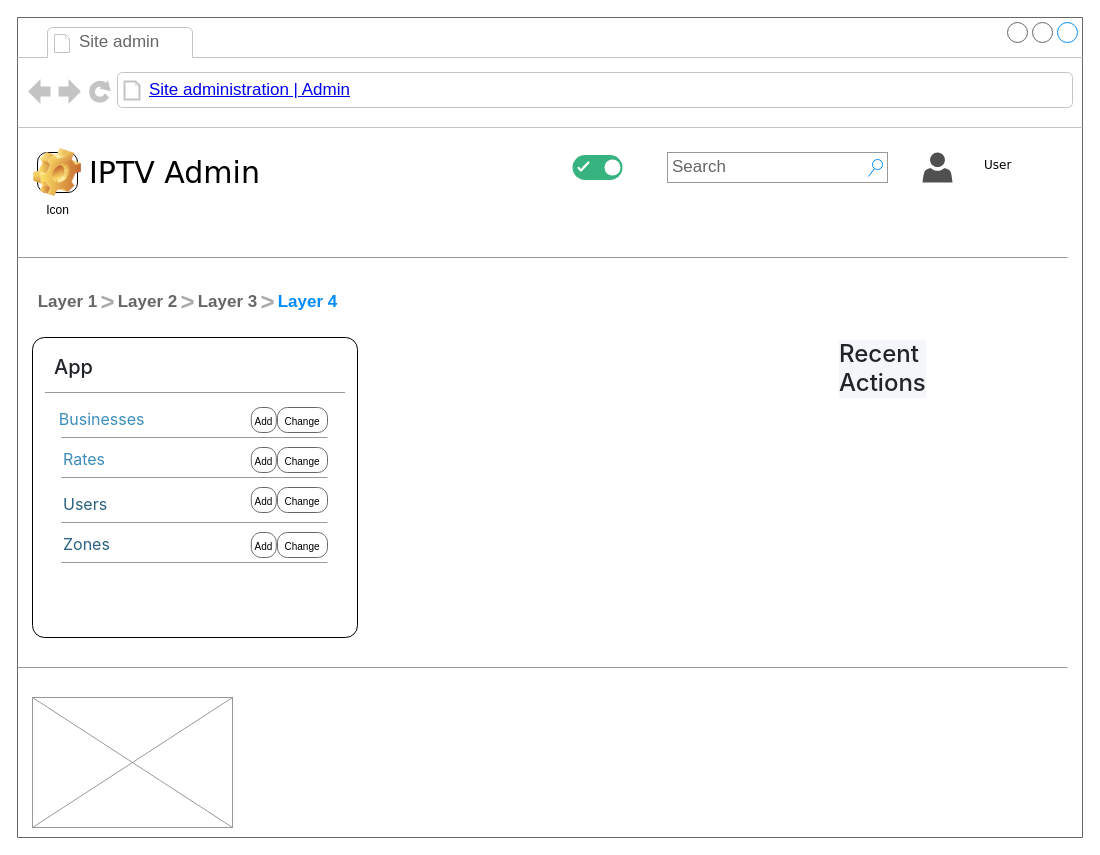
This is CMS_cải_tiến.drawio from AnPhamSF/CMSIPTV_Idea, a draw.io file, before an edit. Source tidied: cells renumbered, new cells numbered last; positions are measured from the earlier drawing's top-left corner, leaving out a move shared by most shapes. Both pictures are drawn from the tidied source at 100%, with x=0, y=0 at pixel (17, 17).
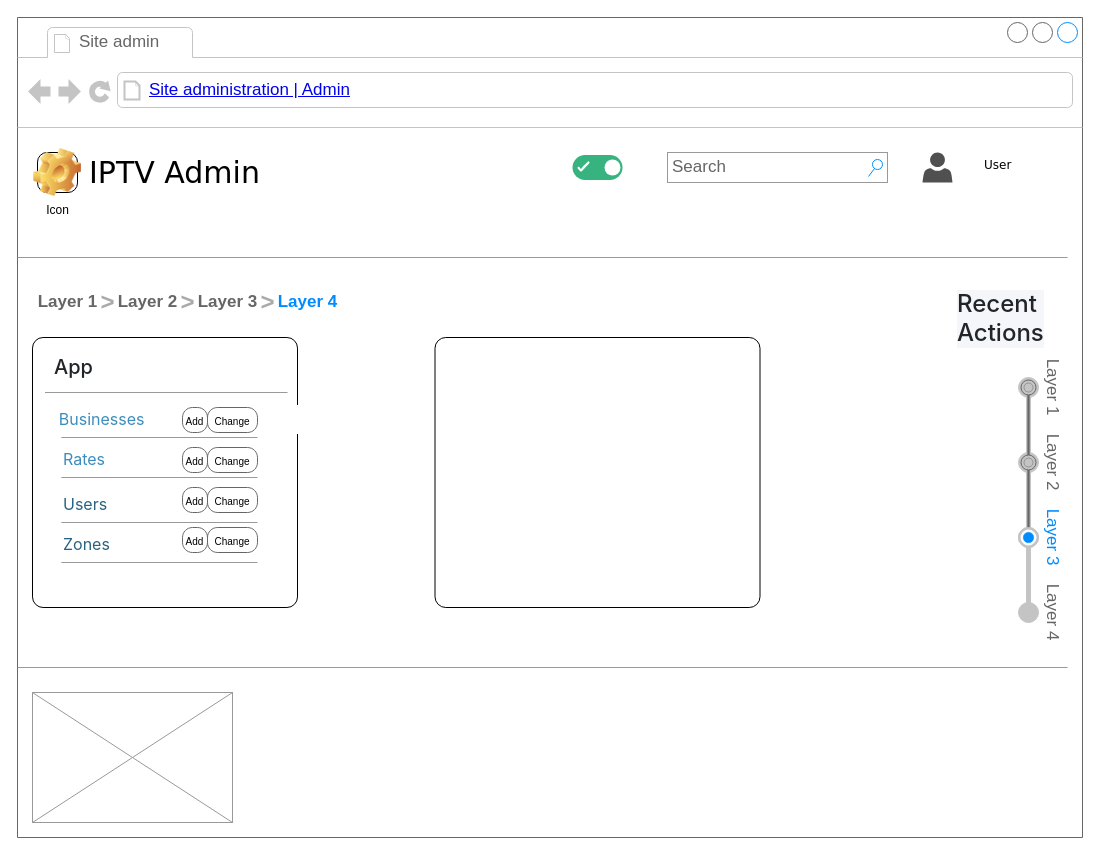
Above is the later version.

Commit message (it also covers changes not shown here):
Cập nhật CMS_cải_tiến.drawio

The change refers to these unchanged cells:
```xml
<mxCell id="2" style="strokeWidth=1;shadow=0;dashed=0;align=center;html=1;shape=mxgraph.mockup.containers.browserWindow;rSize=0;strokeColor=#666666;mainText=,;rounded=0;labelBackgroundColor=none;fontFamily=Verdana;fontSize=12;" parent="1" vertex="1">
  <mxGeometry width="1065" height="820" as="geometry" />
</mxCell>
```

Diff of the diagram source:
```diff
@@
     <mxCell id="3" style="rounded=1;whiteSpace=wrap;html=1;arcSize=4;" parent="2" vertex="1">
-      <mxGeometry x="15" y="320" width="325" height="300" as="geometry" />
+      <mxGeometry x="15" y="320" width="265" height="270" as="geometry" />
     </mxCell>
@@
     <mxCell id="10" style="verticalLabelPosition=bottom;shadow=0;dashed=0;align=center;html=1;verticalAlign=top;strokeWidth=1;shape=mxgraph.mockup.graphics.simpleIcon;strokeColor=#999999;fillColor=#ffffff;rounded=0;labelBackgroundColor=none;fontFamily=Verdana;fontSize=12;fontColor=#000000;" parent="2" vertex="1">
-      <mxGeometry x="15" y="680" width="200" height="130" as="geometry" />
+      <mxGeometry x="15" y="675" width="200" height="130" as="geometry" />
     </mxCell>
@@
     <mxCell id="12" value="&lt;h4 style=&quot;box-sizing: border-box; margin-top: 0px; font-family: &amp;quot;Source Sans Pro&amp;quot;, -apple-system, BlinkMacSystemFont, &amp;quot;Segoe UI&amp;quot;, Roboto, &amp;quot;Helvetica Neue&amp;quot;, Arial, sans-serif, &amp;quot;Apple Color Emoji&amp;quot;, &amp;quot;Segoe UI Emoji&amp;quot;, &amp;quot;Segoe UI Symbol&amp;quot;; font-weight: 500; color: rgb(33, 37, 41); font-size: 1.5rem; text-wrap-mode: wrap; background-color: rgb(244, 246, 249); margin-bottom: 1rem !important;&quot; class=&quot;mb-3&quot;&gt;Recent Actions&lt;/h4&gt;" style="text;html=1;align=left;verticalAlign=top;spacingTop=-4;fontSize=15;fontFamily=Verdana;" parent="2" vertex="1">
-      <mxGeometry x="820" y="320" width="85" height="65" as="geometry" />
+      <mxGeometry x="938" y="270" width="85" height="65" as="geometry" />
     </mxCell>
@@
     <mxCell id="23" style="verticalLabelPosition=bottom;shadow=0;dashed=0;align=center;html=1;verticalAlign=top;strokeWidth=1;shape=mxgraph.mockup.markup.line;strokeColor=#999999;rounded=0;labelBackgroundColor=none;fillColor=#ffffff;fontFamily=Verdana;fontSize=12;fontColor=#000000;" parent="2" vertex="1">
-      <mxGeometry x="27.5" y="365" width="300" height="20" as="geometry" />
+      <mxGeometry x="27.5" y="365" width="242.5" height="20" as="geometry" />
     </mxCell>
     <mxCell id="24" style="verticalLabelPosition=bottom;shadow=0;dashed=0;align=center;html=1;verticalAlign=top;strokeWidth=1;shape=mxgraph.mockup.markup.line;strokeColor=#999999;rounded=0;labelBackgroundColor=none;fillColor=#ffffff;fontFamily=Verdana;fontSize=12;fontColor=#000000;" parent="2" vertex="1">
-      <mxGeometry x="43.8" y="410" width="266.2" height="20" as="geometry" />
+      <mxGeometry x="43.8" y="410" width="196.2" height="20" as="geometry" />
     </mxCell>
@@
     <mxCell id="26" style="verticalLabelPosition=bottom;shadow=0;dashed=0;align=center;html=1;verticalAlign=top;strokeWidth=1;shape=mxgraph.mockup.markup.line;strokeColor=#999999;rounded=0;labelBackgroundColor=none;fillColor=#ffffff;fontFamily=Verdana;fontSize=12;fontColor=#000000;" parent="2" vertex="1">
-      <mxGeometry x="43.8" y="450" width="266.2" height="20" as="geometry" />
+      <mxGeometry x="43.8" y="450" width="196.2" height="20" as="geometry" />
     </mxCell>
@@
     <mxCell id="28" style="verticalLabelPosition=bottom;shadow=0;dashed=0;align=center;html=1;verticalAlign=top;strokeWidth=1;shape=mxgraph.mockup.markup.line;strokeColor=#999999;rounded=0;labelBackgroundColor=none;fillColor=#ffffff;fontFamily=Verdana;fontSize=12;fontColor=#000000;" parent="2" vertex="1">
-      <mxGeometry x="43.8" y="495" width="266.2" height="20" as="geometry" />
+      <mxGeometry x="43.8" y="495" width="196.2" height="20" as="geometry" />
     </mxCell>
@@
     <mxCell id="30" style="verticalLabelPosition=bottom;shadow=0;dashed=0;align=center;html=1;verticalAlign=top;strokeWidth=1;shape=mxgraph.mockup.markup.line;strokeColor=#999999;rounded=0;labelBackgroundColor=none;fillColor=#ffffff;fontFamily=Verdana;fontSize=12;fontColor=#000000;" parent="2" vertex="1">
-      <mxGeometry x="43.8" y="535" width="266.2" height="20" as="geometry" />
+      <mxGeometry x="43.8" y="535" width="196.2" height="20" as="geometry" />
     </mxCell>
     <mxCell id="31" value="&lt;p&gt;&lt;span style=&quot;font-size: 10px;&quot;&gt;Change&lt;/span&gt;&lt;/p&gt;" style="strokeWidth=1;shadow=0;dashed=0;align=center;html=1;shape=mxgraph.mockup.buttons.button;strokeColor=#666666;mainText=;buttonStyle=round;fontSize=17;fontStyle=0;fillColor=none;whiteSpace=wrap;rounded=0;labelBackgroundColor=none;" parent="2" vertex="1">
-      <mxGeometry x="260" y="390" width="50" height="25" as="geometry" />
+      <mxGeometry x="190" y="390" width="50" height="25" as="geometry" />
     </mxCell>
     <mxCell id="32" value="&lt;p&gt;&lt;span style=&quot;font-size: 10px;&quot;&gt;Add&lt;/span&gt;&lt;/p&gt;" style="strokeWidth=1;shadow=0;dashed=0;align=center;html=1;shape=mxgraph.mockup.buttons.button;strokeColor=#666666;mainText=;buttonStyle=round;fontSize=17;fontStyle=0;fillColor=none;whiteSpace=wrap;rounded=0;labelBackgroundColor=none;" parent="2" vertex="1">
-      <mxGeometry x="233.8" y="390" width="25" height="25" as="geometry" />
+      <mxGeometry x="165" y="390" width="25" height="25" as="geometry" />
     </mxCell>
     <mxCell id="33" value="&lt;p&gt;&lt;span style=&quot;font-size: 10px;&quot;&gt;Change&lt;/span&gt;&lt;/p&gt;" style="strokeWidth=1;shadow=0;dashed=0;align=center;html=1;shape=mxgraph.mockup.buttons.button;strokeColor=#666666;mainText=;buttonStyle=round;fontSize=17;fontStyle=0;fillColor=none;whiteSpace=wrap;rounded=0;labelBackgroundColor=none;" parent="2" vertex="1">
-      <mxGeometry x="260" y="430" width="50" height="25" as="geometry" />
+      <mxGeometry x="190" y="430" width="50" height="25" as="geometry" />
     </mxCell>
     <mxCell id="34" value="&lt;p&gt;&lt;span style=&quot;font-size: 10px;&quot;&gt;Add&lt;/span&gt;&lt;/p&gt;" style="strokeWidth=1;shadow=0;dashed=0;align=center;html=1;shape=mxgraph.mockup.buttons.button;strokeColor=#666666;mainText=;buttonStyle=round;fontSize=17;fontStyle=0;fillColor=none;whiteSpace=wrap;rounded=0;labelBackgroundColor=none;" parent="2" vertex="1">
-      <mxGeometry x="233.8" y="430" width="25" height="25" as="geometry" />
+      <mxGeometry x="165" y="430" width="25" height="25" as="geometry" />
     </mxCell>
     <mxCell id="35" value="&lt;p&gt;&lt;span style=&quot;font-size: 10px;&quot;&gt;Change&lt;/span&gt;&lt;/p&gt;" style="strokeWidth=1;shadow=0;dashed=0;align=center;html=1;shape=mxgraph.mockup.buttons.button;strokeColor=#666666;mainText=;buttonStyle=round;fontSize=17;fontStyle=0;fillColor=none;whiteSpace=wrap;rounded=0;labelBackgroundColor=none;" parent="2" vertex="1">
-      <mxGeometry x="260" y="470" width="50" height="25" as="geometry" />
+      <mxGeometry x="190" y="470" width="50" height="25" as="geometry" />
     </mxCell>
     <mxCell id="36" value="&lt;p&gt;&lt;span style=&quot;font-size: 10px;&quot;&gt;Add&lt;/span&gt;&lt;/p&gt;" style="strokeWidth=1;shadow=0;dashed=0;align=center;html=1;shape=mxgraph.mockup.buttons.button;strokeColor=#666666;mainText=;buttonStyle=round;fontSize=17;fontStyle=0;fillColor=none;whiteSpace=wrap;rounded=0;labelBackgroundColor=none;" parent="2" vertex="1">
-      <mxGeometry x="233.8" y="470" width="25" height="25" as="geometry" />
+      <mxGeometry x="165" y="470" width="25" height="25" as="geometry" />
     </mxCell>
     <mxCell id="37" value="&lt;p&gt;&lt;span style=&quot;font-size: 10px;&quot;&gt;Change&lt;/span&gt;&lt;/p&gt;" style="strokeWidth=1;shadow=0;dashed=0;align=center;html=1;shape=mxgraph.mockup.buttons.button;strokeColor=#666666;mainText=;buttonStyle=round;fontSize=17;fontStyle=0;fillColor=none;whiteSpace=wrap;rounded=0;labelBackgroundColor=none;" parent="2" vertex="1">
-      <mxGeometry x="260" y="515" width="50" height="25" as="geometry" />
+      <mxGeometry x="190" y="510" width="50" height="25" as="geometry" />
     </mxCell>
     <mxCell id="38" value="&lt;p&gt;&lt;span style=&quot;font-size: 10px;&quot;&gt;Add&lt;/span&gt;&lt;/p&gt;" style="strokeWidth=1;shadow=0;dashed=0;align=center;html=1;shape=mxgraph.mockup.buttons.button;strokeColor=#666666;mainText=;buttonStyle=round;fontSize=17;fontStyle=0;fillColor=none;whiteSpace=wrap;rounded=0;labelBackgroundColor=none;" parent="2" vertex="1">
-      <mxGeometry x="233.8" y="515" width="25" height="25" as="geometry" />
+      <mxGeometry x="165" y="510" width="25" height="25" as="geometry" />
     </mxCell>
@@
+    <mxCell id="43" value="&lt;table border=&quot;0&quot; cellpadding=&quot;0&quot; cellspacing=&quot;0&quot; width=&quot;100%&quot; height=&quot;100%&quot; style=&quot;font-size:1em;&quot;&gt;&lt;tr height=&quot;0%&quot;&gt;&lt;td width=&quot;25%&quot;&gt;Layer 1&lt;/td&gt;&lt;td width=&quot;25%&quot;&gt;Layer 2&lt;/td&gt;&lt;td width=&quot;25%&quot; style=&quot;color:#008cff;&quot;&gt;Layer 3&lt;/td&gt;&lt;td width=&quot;25%&quot;&gt;Layer 4&lt;/td&gt;&lt;/tr&gt;&lt;tr height=&quot;100%&quot;&gt;&lt;td/&gt;&lt;/tr&gt;&lt;/table&gt;" style="strokeWidth=1;shadow=0;dashed=0;align=center;html=1;shape=mxgraph.mockup.navigation.stepBar;strokeColor=#c4c4c4;textColor=#666666;textColor2=#008cff;mainText=,,+,;textSize=17;fillColor=#666666;overflow=fill;fontSize=17;fontColor=#666666;rotation=90;" parent="2" vertex="1">
+      <mxGeometry x="870" y="457.5" width="300" height="50" as="geometry" />
+    </mxCell>
+    <mxCell id="44" style="rounded=1;whiteSpace=wrap;html=1;arcSize=4;" parent="2" vertex="1">
+      <mxGeometry x="417.5" y="320" width="325" height="270" as="geometry" />
+    </mxCell>
```
